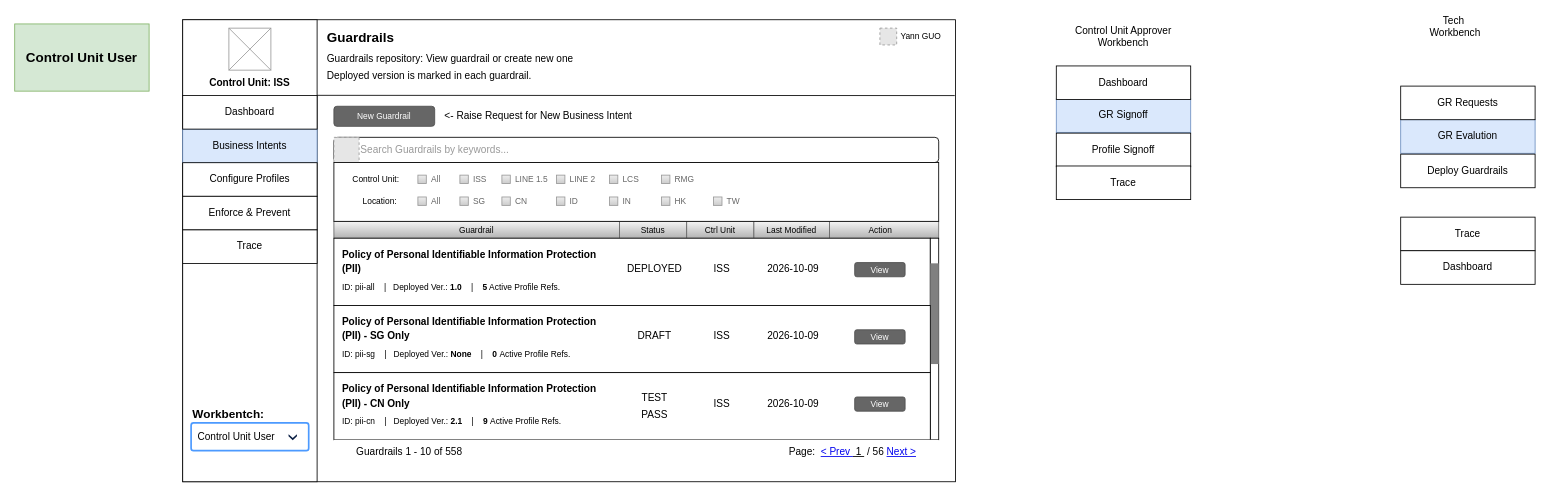
Before: page "CUU-GR-Index" (5 of 19) of NMGR.drawio in thinker-g/fx-drive, a draw.io diagram. Source tidied: cells renumbered, new cells numbered last; positions are measured from the earlier drawing's top-left corner, leaving out a move shared by most shapes. Both pictures are drawn from the tidied source at 84%, with x=0, y=0 at pixel (14, 13). Pictures stored in the file or linked from it are replaced by grey dashed boxes.
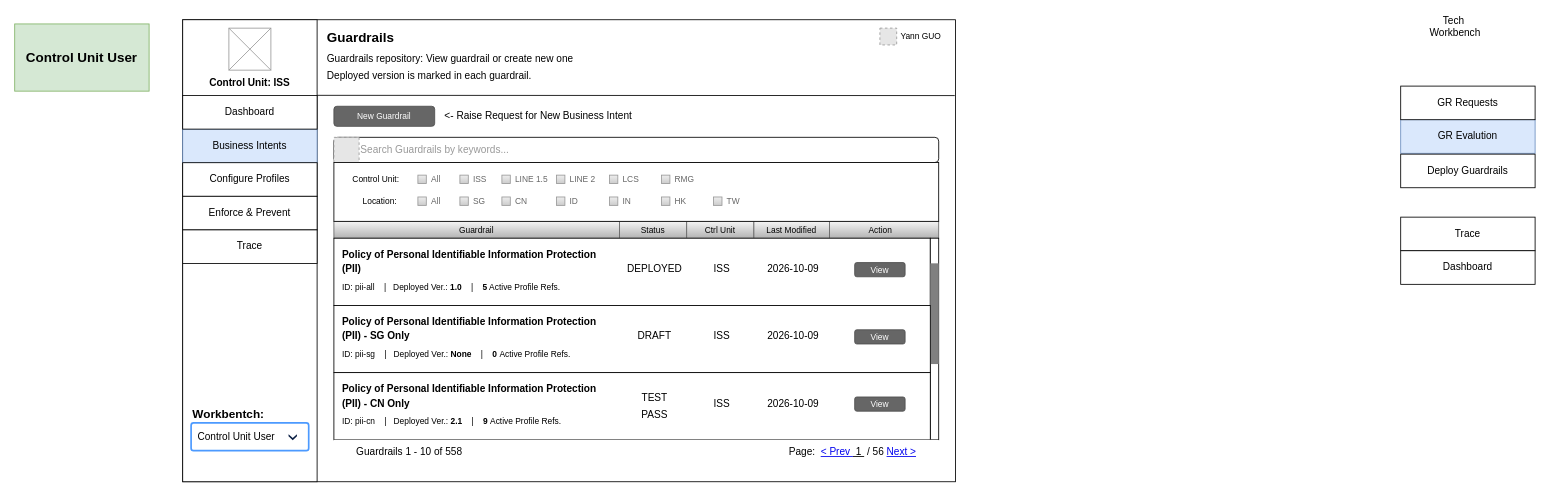
The same diagram, later.

The edit, as a diff of the source:
```diff
@@
-    <mxCell id="62" value="GR Signoff" style="rounded=0;whiteSpace=wrap;html=1;fillColor=#dae8fc;strokeColor=#6c8ebf;" parent="1" vertex="1">
-      <mxGeometry x="1240" y="101.1" width="160" height="40" as="geometry" />
-    </mxCell>
-    <mxCell id="63" value="Profile Signoff" style="rounded=0;whiteSpace=wrap;html=1;" parent="1" vertex="1">
-      <mxGeometry x="1240" y="142" width="160" height="40" as="geometry" />
-    </mxCell>
-    <mxCell id="64" value="Dashboard" style="rounded=0;whiteSpace=wrap;html=1;" parent="1" vertex="1">
-      <mxGeometry x="1240" y="62" width="160" height="40" as="geometry" />
-    </mxCell>
-    <mxCell id="65" value="Trace" style="rounded=0;whiteSpace=wrap;html=1;" parent="1" vertex="1">
-      <mxGeometry x="1240" y="181.1" width="160" height="40" as="geometry" />
-    </mxCell>
-    <mxCell id="66" value="Control Unit Approver&lt;div&gt;Workbench&lt;/div&gt;" style="text;html=1;whiteSpace=wrap;strokeColor=none;fillColor=none;align=center;verticalAlign=middle;rounded=0;" parent="1" vertex="1">
-      <mxGeometry x="1245" y="12" width="150" height="30" as="geometry" />
-    </mxCell>
```
